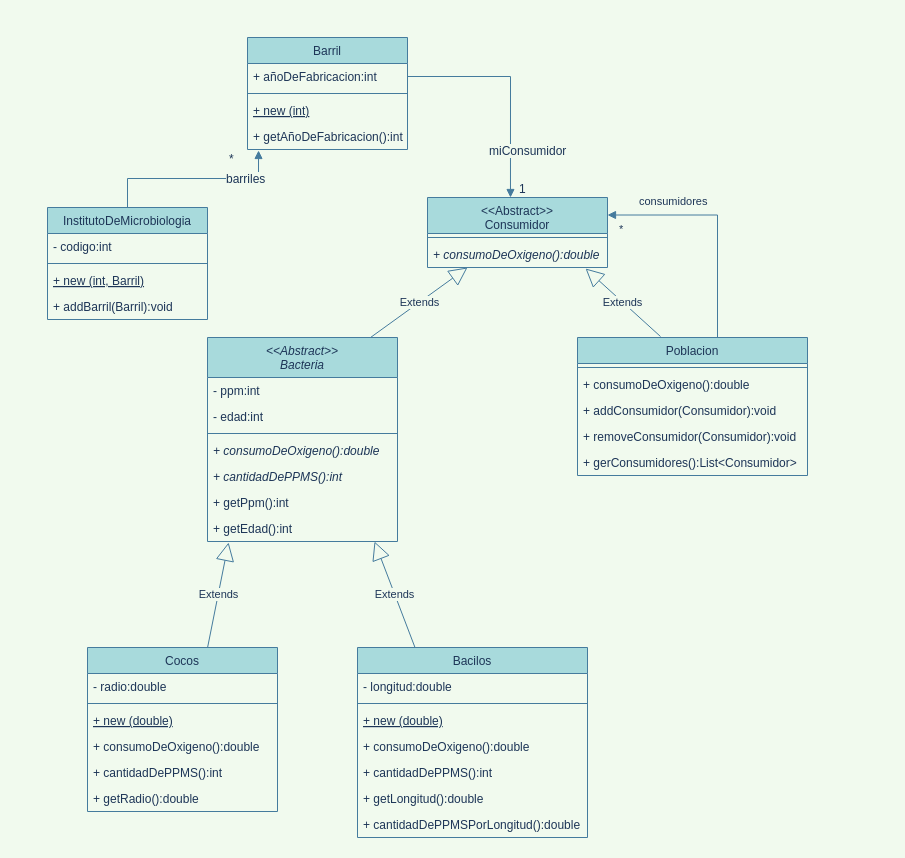
nhubczyk/Diagramas-UML keeps this draw.io diagram as unq-po2-Parcial-1eraFecha-2019-Microbiologia.drawio. Above is the earlier version. Source tidied: cells renumbered, new cells numbered last; positions are measured from the earlier drawing's top-left corner, leaving out a move shared by most shapes. Both pictures are drawn from the tidied source at 100%, with x=0, y=0 at pixel (47, 37).
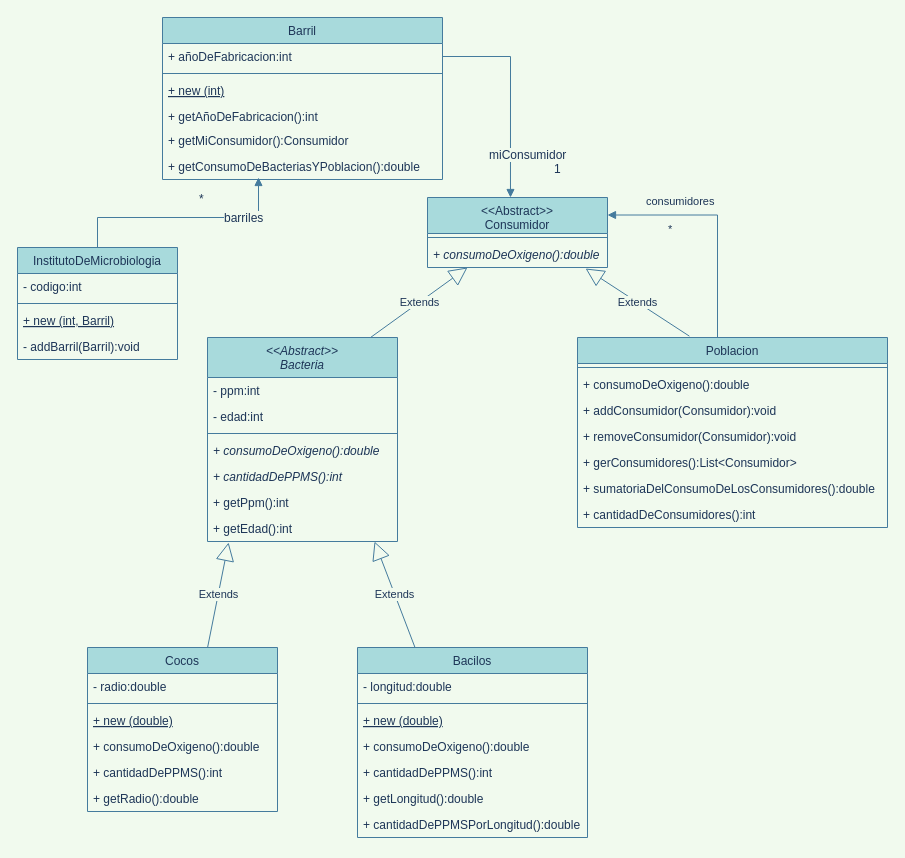
The same page after the edit.

Change to the diagram source:
```diff
@@
     <mxCell id="31" value="Poblacion" style="swimlane;fontStyle=0;align=center;verticalAlign=top;horizontal=1;startSize=26;fillColor=#A8DADC;strokeColor=#457B9D;fontColor=#1D3557;" parent="1" vertex="1">
-      <mxGeometry x="530" y="300" width="230" height="138" as="geometry" />
+      <mxGeometry x="530" y="300" width="310" height="190" as="geometry" />
     </mxCell>
     <mxCell id="32" style="line;strokeWidth=1;fillColor=none;align=left;verticalAlign=middle;spacingTop=-1;spacingLeft=3;spacingRight=3;labelPosition=right;strokeColor=#457B9D;labelBackgroundColor=#F1FAEE;fontColor=#1D3557;" parent="31" vertex="1">
-      <mxGeometry y="26" width="230" height="8" as="geometry" />
+      <mxGeometry y="26" width="310" height="8" as="geometry" />
     </mxCell>
     <mxCell id="33" value="+ consumoDeOxigeno():double" style="text;strokeColor=none;fillColor=none;align=left;verticalAlign=top;spacingLeft=4;spacingRight=4;overflow=hidden;fontStyle=0;fontColor=#1D3557;" parent="31" vertex="1">
-      <mxGeometry y="34" width="230" height="26" as="geometry" />
+      <mxGeometry y="34" width="310" height="26" as="geometry" />
     </mxCell>
     <mxCell id="34" value="+ addConsumidor(Consumidor):void" style="text;strokeColor=none;fillColor=none;align=left;verticalAlign=top;spacingLeft=4;spacingRight=4;overflow=hidden;fontStyle=0;fontColor=#1D3557;" parent="31" vertex="1">
-      <mxGeometry y="60" width="230" height="26" as="geometry" />
+      <mxGeometry y="60" width="310" height="26" as="geometry" />
     </mxCell>
     <mxCell id="35" value="+ removeConsumidor(Consumidor):void" style="text;strokeColor=none;fillColor=none;align=left;verticalAlign=top;spacingLeft=4;spacingRight=4;overflow=hidden;fontStyle=0;fontColor=#1D3557;" parent="31" vertex="1">
-      <mxGeometry y="86" width="230" height="26" as="geometry" />
+      <mxGeometry y="86" width="310" height="26" as="geometry" />
     </mxCell>
     <mxCell id="36" value="+ gerConsumidores():List&lt;Consumidor&gt;" style="text;strokeColor=none;fillColor=none;align=left;verticalAlign=top;spacingLeft=4;spacingRight=4;overflow=hidden;fontStyle=0;fontColor=#1D3557;" parent="31" vertex="1">
-      <mxGeometry y="112" width="230" height="26" as="geometry" />
+      <mxGeometry y="112" width="310" height="26" as="geometry" />
     </mxCell>
+    <mxCell id="54" value="+ sumatoriaDelConsumoDeLosConsumidores():double" style="text;strokeColor=none;fillColor=none;align=left;verticalAlign=top;spacingLeft=4;spacingRight=4;overflow=hidden;fontStyle=0;fontColor=#1D3557;" parent="31" vertex="1">
+      <mxGeometry y="138" width="310" height="26" as="geometry" />
+    </mxCell>
+    <mxCell id="55" value="+ cantidadDeConsumidores():int" style="text;strokeColor=none;fillColor=none;align=left;verticalAlign=top;spacingLeft=4;spacingRight=4;overflow=hidden;fontStyle=0;fontColor=#1D3557;" parent="31" vertex="1">
+      <mxGeometry y="164" width="310" height="26" as="geometry" />
+    </mxCell>
@@
     <mxCell id="40" value="InstitutoDeMicrobiologia" style="swimlane;fontStyle=0;align=center;verticalAlign=top;horizontal=1;startSize=26;fontSize=12;fillColor=#A8DADC;strokeColor=#457B9D;fontColor=#1D3557;" parent="1" vertex="1">
-      <mxGeometry y="170" width="160" height="112" as="geometry" />
+      <mxGeometry x="-30" y="210" width="160" height="112" as="geometry" />
     </mxCell>
@@
-    <mxCell id="44" value="+ addBarril(Barril):void" style="text;strokeColor=none;fillColor=none;align=left;verticalAlign=top;spacingLeft=4;spacingRight=4;overflow=hidden;fontSize=12;fontColor=#1D3557;" parent="40" vertex="1">
+    <mxCell id="44" value="- addBarril(Barril):void" style="text;strokeColor=none;fillColor=none;align=left;verticalAlign=top;spacingLeft=4;spacingRight=4;overflow=hidden;fontSize=12;fontColor=#1D3557;" parent="40" vertex="1">
       <mxGeometry y="86" width="160" height="26" as="geometry" />
     </mxCell>
     <mxCell id="45" value="Barril" style="swimlane;fontStyle=0;align=center;verticalAlign=top;horizontal=1;startSize=26;fontSize=12;fillColor=#A8DADC;strokeColor=#457B9D;fontColor=#1D3557;" parent="1" vertex="1">
-      <mxGeometry x="200" width="160" height="112" as="geometry" />
+      <mxGeometry x="115" y="-20" width="280" height="162" as="geometry" />
     </mxCell>
     <mxCell id="46" value="+ añoDeFabricacion:int" style="text;strokeColor=none;fillColor=none;align=left;verticalAlign=top;spacingLeft=4;spacingRight=4;overflow=hidden;points=[[0,0.5],[1,0.5]];portConstraint=eastwest;fontSize=12;fontColor=#1D3557;" parent="45" vertex="1">
-      <mxGeometry y="26" width="160" height="26" as="geometry" />
+      <mxGeometry y="26" width="280" height="26" as="geometry" />
     </mxCell>
     <mxCell id="47" style="line;strokeWidth=1;fillColor=none;align=left;verticalAlign=middle;spacingTop=-1;spacingLeft=3;spacingRight=3;labelPosition=right;strokeColor=#457B9D;fontSize=12;labelBackgroundColor=#F1FAEE;fontColor=#1D3557;" parent="45" vertex="1">
-      <mxGeometry y="52" width="160" height="8" as="geometry" />
+      <mxGeometry y="52" width="280" height="8" as="geometry" />
     </mxCell>
     <mxCell id="48" value="+ new (int)" style="text;strokeColor=none;fillColor=none;align=left;verticalAlign=top;spacingLeft=4;spacingRight=4;overflow=hidden;fontSize=12;fontStyle=4;fontColor=#1D3557;" parent="45" vertex="1">
-      <mxGeometry y="60" width="160" height="26" as="geometry" />
+      <mxGeometry y="60" width="280" height="26" as="geometry" />
     </mxCell>
     <mxCell id="49" value="+ getAñoDeFabricacion():int" style="text;strokeColor=none;fillColor=none;align=left;verticalAlign=top;spacingLeft=4;spacingRight=4;overflow=hidden;points=[[0,0.5],[1,0.5]];portConstraint=eastwest;fontSize=12;fontColor=#1D3557;" parent="45" vertex="1">
-      <mxGeometry y="86" width="160" height="26" as="geometry" />
+      <mxGeometry y="86" width="280" height="24" as="geometry" />
     </mxCell>
+    <mxCell id="56" value="+ getMiConsumidor():Consumidor" style="text;strokeColor=none;fillColor=none;align=left;verticalAlign=top;spacingLeft=4;spacingRight=4;overflow=hidden;fontSize=12;fontColor=#1D3557;" parent="45" vertex="1">
+      <mxGeometry y="110" width="280" height="26" as="geometry" />
+    </mxCell>
+    <mxCell id="57" value="+ getConsumoDeBacteriasYPoblacion():double" style="text;strokeColor=none;fillColor=none;align=left;verticalAlign=top;spacingLeft=4;spacingRight=4;overflow=hidden;fontSize=12;fontColor=#1D3557;" parent="45" vertex="1">
+      <mxGeometry y="136" width="280" height="26" as="geometry" />
+    </mxCell>
-    <mxCell id="50" value="barriles" style="endArrow=block;endFill=1;html=1;edgeStyle=orthogonalEdgeStyle;align=left;verticalAlign=top;rounded=0;fontSize=12;exitX=0.5;exitY=0;exitDx=0;exitDy=0;entryX=0.069;entryY=1.038;entryDx=0;entryDy=0;entryPerimeter=0;labelBackgroundColor=#F1FAEE;strokeColor=#457B9D;fontColor=#1D3557;" parent="1" edge="1" source="40" target="49">
-      <mxGeometry x="0.34" y="13" relative="1" as="geometry" />
+    <mxCell id="50" value="barriles" style="endArrow=block;endFill=1;html=1;edgeStyle=orthogonalEdgeStyle;align=left;verticalAlign=top;rounded=0;fontSize=12;exitX=0.5;exitY=0;exitDx=0;exitDy=0;labelBackgroundColor=#F1FAEE;strokeColor=#457B9D;fontColor=#1D3557;" parent="1" edge="1" source="40">
+      <mxGeometry x="0.34" y="13" relative="1" as="geometry">
+        <mxPoint x="211" y="140" as="targetPoint" />
+        <Array as="points">
+          <mxPoint x="50" y="180" />
+          <mxPoint x="211" y="180" />
+        </Array>
+      </mxGeometry>
     </mxCell>
```
